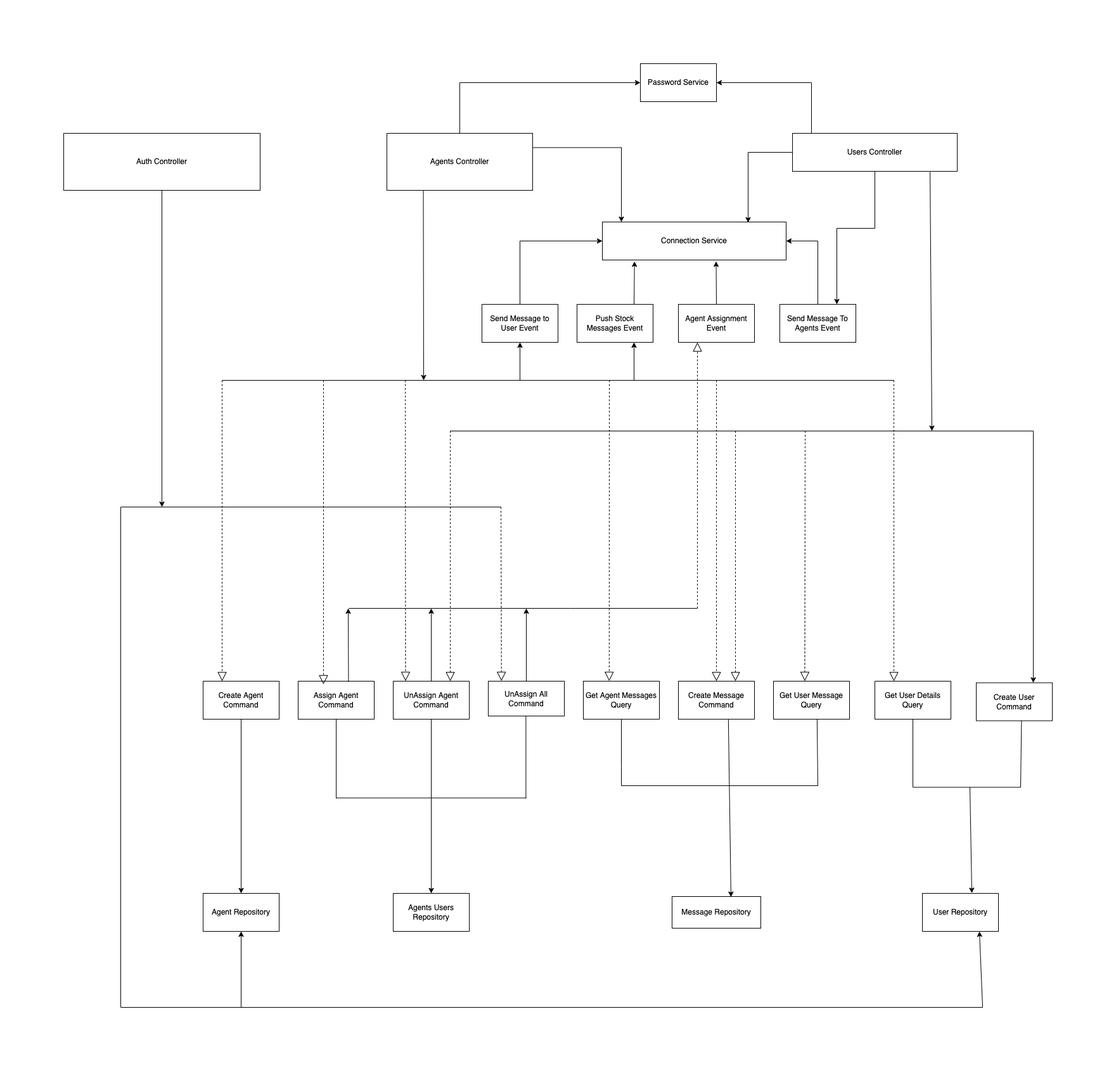
Before: docs/system-architecture.drawio.png, a diagram exported from draw.io (UWEMAKAN/messaging-app). Source tidied: cells renumbered, new cells last; positions are measured from the earlier drawing's top-left corner, leaving out a move shared by most shapes.
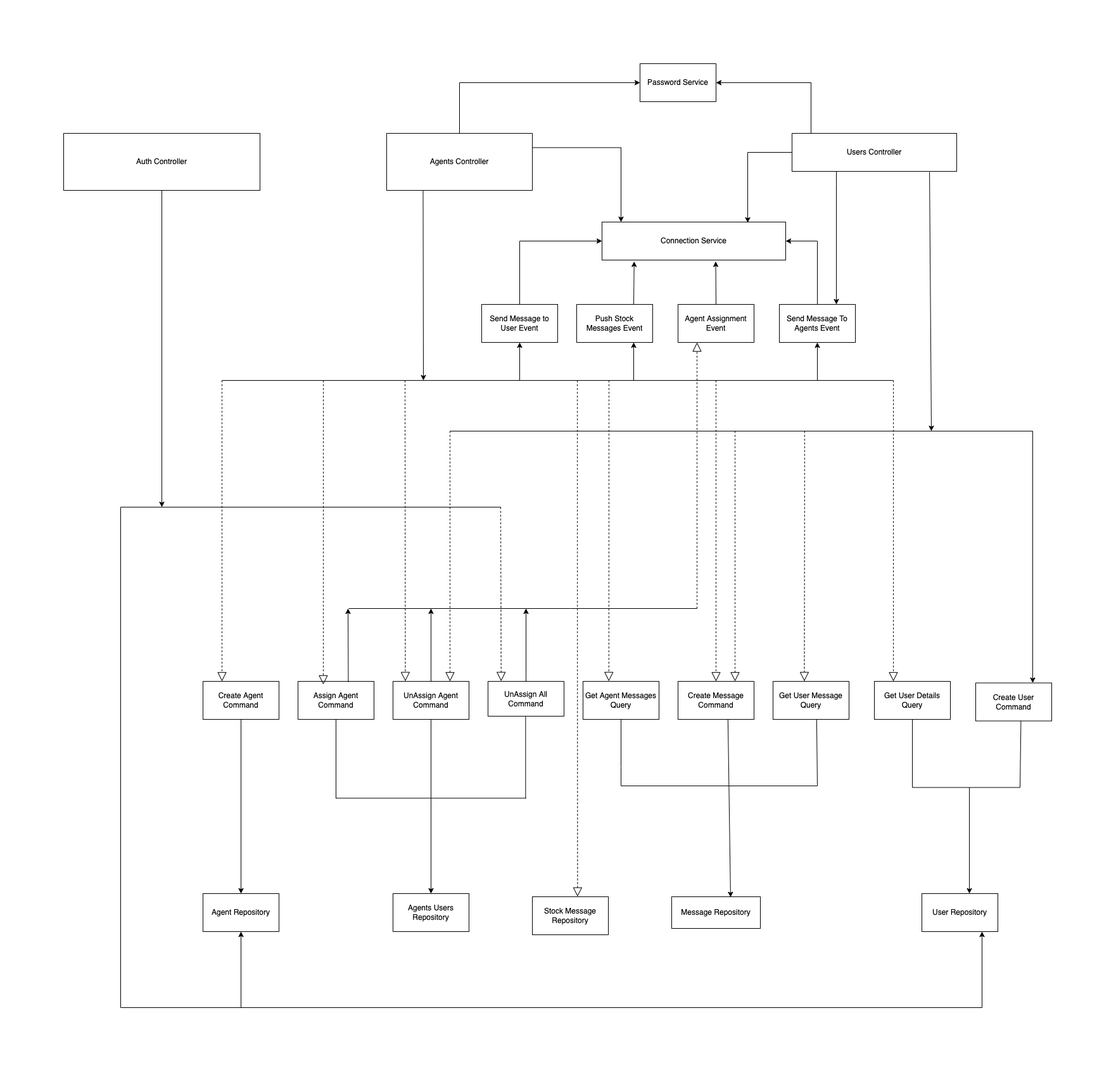
After the change.

Commit message:
update component arch diagram

Diff of the diagram source:
```diff
@@ -118,9 +118,10 @@
         <mxPoint x="1510" y="1182.5" as="sourcePoint" />
       </mxGeometry>
     </mxCell>
-    <mxCell id="31" style="endArrow=classic;html=1;rounded=0;entryX=0.65;entryY=-0.008;entryDx=0;entryDy=0;entryPerimeter=0;" parent="1" edge="1" target="13">
+    <mxCell id="31" style="endArrow=classic;html=1;rounded=0;" parent="1" edge="1">
       <mxGeometry relative="1" as="geometry">
         <mxPoint x="1430" y="1182.5" as="sourcePoint" />
+        <mxPoint x="1430" y="1350" as="targetPoint" />
       </mxGeometry>
     </mxCell>
     <mxCell id="32" value="Password Service" style="rounded=0;whiteSpace=wrap;html=1;" parent="1" vertex="1">
@@ -185,9 +186,12 @@
         </Array>
       </mxGeometry>
     </mxCell>
-    <mxCell id="43" style="edgeStyle=elbowEdgeStyle;elbow=vertical;endArrow=classic;html=1;rounded=0;exitX=0.5;exitY=1;exitDx=0;exitDy=0;entryX=0.75;entryY=0;entryDx=0;entryDy=0;" parent="1" edge="1" source="3" target="39">
+    <mxCell id="43" style="edgeStyle=elbowEdgeStyle;elbow=vertical;endArrow=classic;html=1;rounded=0;entryX=0.75;entryY=0;entryDx=0;entryDy=0;" parent="1" edge="1" target="39">
       <mxGeometry relative="1" as="geometry">
+        <mxPoint x="1220" y="210" as="sourcePoint" />
         <Array as="points">
+          <mxPoint x="1240" y="230" />
+          <mxPoint x="1240" y="250" />
           <mxPoint x="1190" y="300" />
           <mxPoint x="1150" y="260" />
           <mxPoint x="1050" y="420" />
@@ -327,9 +331,10 @@
         <mxPoint x="1450" y="1530" as="targetPoint" />
       </mxGeometry>
     </mxCell>
-    <mxCell id="69" style="endArrow=classic;html=1;rounded=0;entryX=0.75;entryY=1;entryDx=0;entryDy=0;" parent="1" edge="1" target="13">
+    <mxCell id="69" style="endArrow=classic;html=1;rounded=0;entryX=0.75;entryY=1;entryDx=0;entryDy=0;" parent="1" edge="1">
       <mxGeometry relative="1" as="geometry">
         <mxPoint x="1450" y="1530" as="sourcePoint" />
+        <mxPoint x="1450" y="1410" as="targetPoint" />
       </mxGeometry>
     </mxCell>
     <mxCell id="70" style="endArrow=classic;html=1;rounded=0;entryX=0.5;entryY=1;entryDx=0;entryDy=0;" parent="1" edge="1" target="11">
@@ -359,5 +364,18 @@
         <mxPoint x="690" y="740" as="sourcePoint" />
       </mxGeometry>
     </mxCell>
+    <mxCell id="75" value="Stock Message Repository" style="rounded=0;whiteSpace=wrap;html=1;" parent="1" vertex="1">
+      <mxGeometry x="740" y="1355" width="120" height="60" as="geometry" />
+    </mxCell>
+    <mxCell id="76" style="endArrow=block;dashed=1;endFill=0;endSize=12;html=1;rounded=0;entryX=0.595;entryY=-0.004;entryDx=0;entryDy=0;entryPerimeter=0;" parent="1" edge="1" target="75">
+      <mxGeometry relative="1" as="geometry">
+        <mxPoint x="811" y="540" as="sourcePoint" />
+      </mxGeometry>
+    </mxCell>
+    <mxCell id="77" style="endArrow=classic;html=1;rounded=0;entryX=0.5;entryY=1;entryDx=0;entryDy=0;" parent="1" edge="1" target="39">
+      <mxGeometry relative="1" as="geometry">
+        <mxPoint x="1190" y="540" as="sourcePoint" />
+      </mxGeometry>
+    </mxCell>
   </root>
 </mxGraphModel>
```
